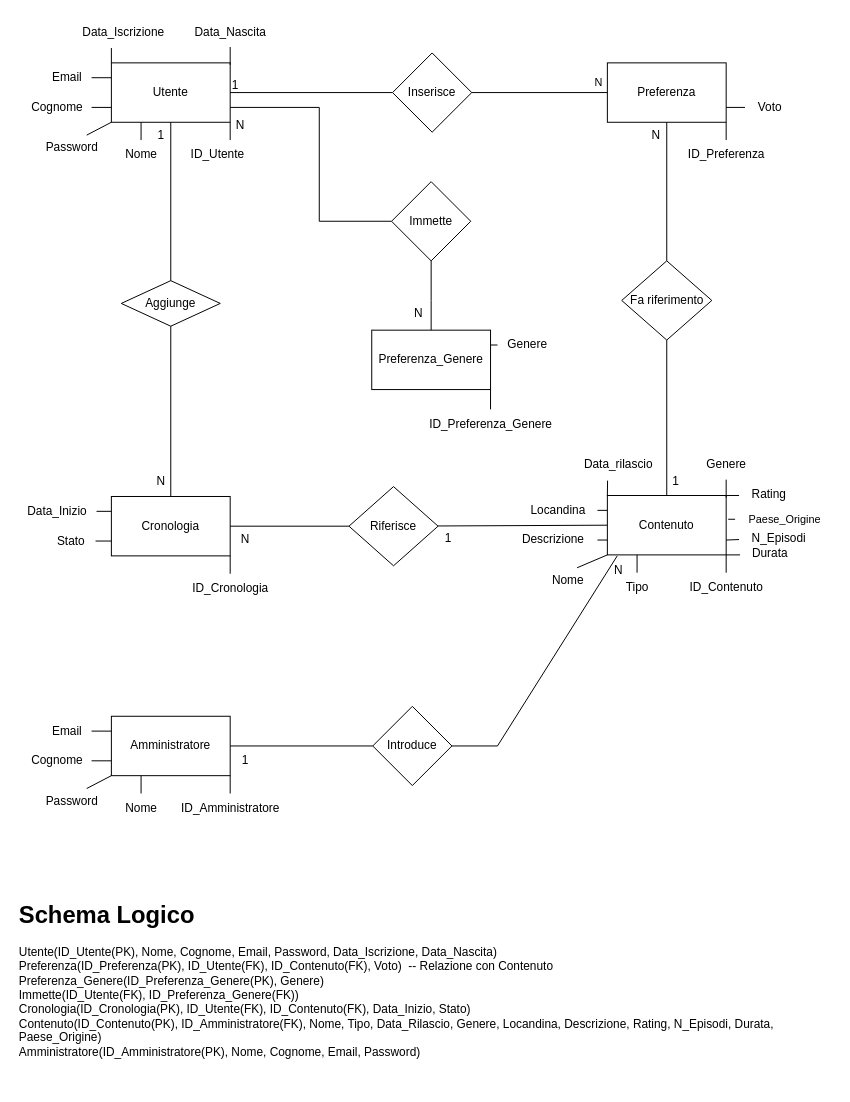
This is Streamify.drawio from berardinellidaniele/Streamify, a draw.io file, before an edit. Source tidied: cells renumbered, new cells numbered last; positions are measured from the earlier drawing's top-left corner, leaving out a move shared by most shapes. Both pictures are drawn from the tidied source at 99%, with x=0, y=0 at pixel (17, 17).
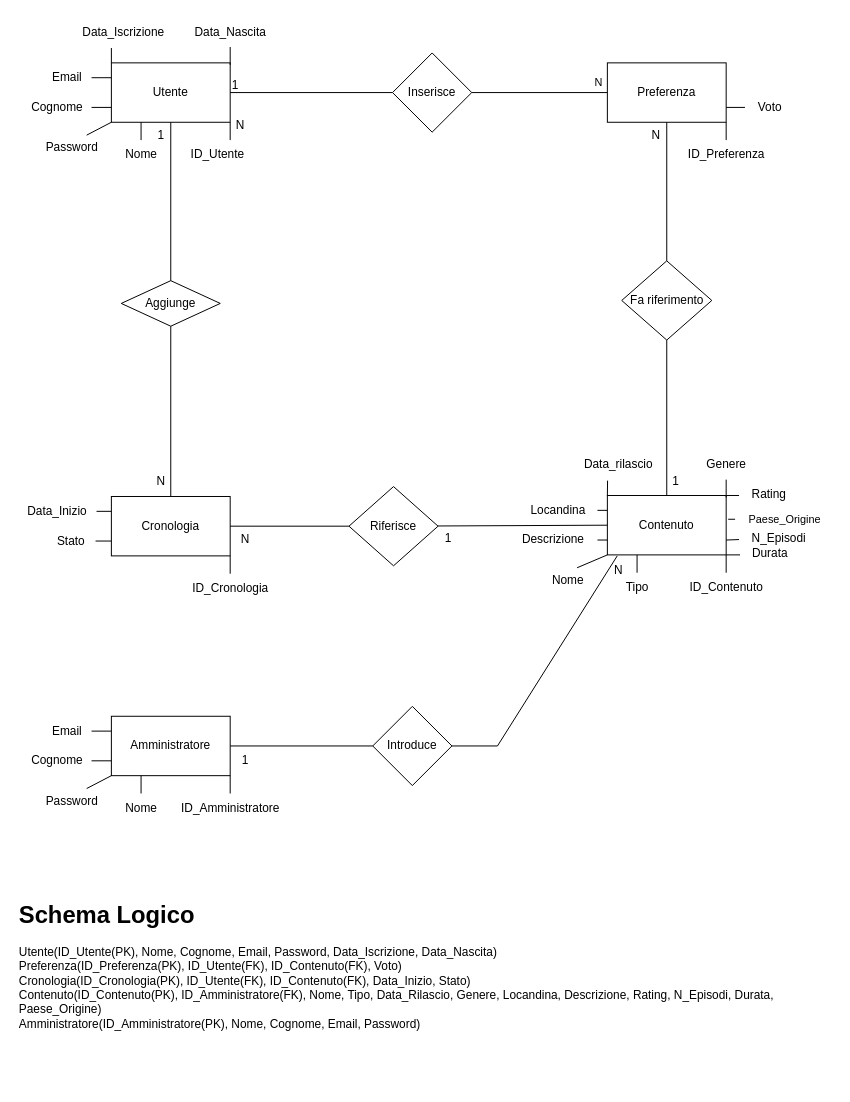
The same page after the edit.

Unchanged cells that the change refers to:
```xml
<mxCell id="2" value="Utente" style="rounded=0;whiteSpace=wrap;html=1;" parent="1" vertex="1">
  <mxGeometry x="95" y="46" width="120" height="60" as="geometry" />
</mxCell>
```

Diff of the diagram source:
```diff
@@
-    <mxCell id="62" value="Preferenza_Genere" style="rounded=0;whiteSpace=wrap;html=1;" parent="1" vertex="1">
-      <mxGeometry x="358" y="316" width="120" height="60" as="geometry" />
-    </mxCell>
-    <mxCell id="63" style="endArrow=none;html=1;rounded=0;exitX=1;exitY=1;exitDx=0;exitDy=0;" parent="1" edge="1" source="62" target="64">
-      <mxGeometry relative="1" as="geometry" />
-    </mxCell>
-    <mxCell id="64" value="ID_Preferenza_Genere" style="text;html=1;align=center;verticalAlign=middle;points=[];strokeColor=none;fillColor=none;" parent="1" vertex="1">
-      <mxGeometry x="408" y="396" width="140" height="30" as="geometry" />
-    </mxCell>
-    <mxCell id="65" style="endArrow=none;html=1;rounded=0;entryX=1;entryY=0.25;entryDx=0;entryDy=0;" parent="1" edge="1" source="66" target="62">
-      <mxGeometry relative="1" as="geometry" />
-    </mxCell>
-    <mxCell id="66" value="Genere" style="text;html=1;align=center;verticalAlign=middle;points=[];strokeColor=none;fillColor=none;" parent="1" vertex="1">
-      <mxGeometry x="485" y="316" width="60" height="30" as="geometry" />
-    </mxCell>
@@
-    <mxCell id="78" style="endArrow=none;html=1;rounded=0;entryX=0;entryY=0.5;entryDx=0;entryDy=0;exitX=1;exitY=0.75;exitDx=0;exitDy=0;" parent="1" edge="1" source="2" target="79">
-      <mxGeometry relative="1" as="geometry">
-        <Array as="points">
-          <mxPoint x="305" y="91" />
-          <mxPoint x="305" y="206" />
-        </Array>
-      </mxGeometry>
-    </mxCell>
-    <mxCell id="79" value="&lt;span lang=&quot;it&quot; class=&quot;BxUVEf ILfuVd&quot;&gt;&lt;span class=&quot;hgKElc&quot;&gt;Immette&lt;br&gt;&lt;/span&gt;&lt;/span&gt;" style="rhombus;whiteSpace=wrap;html=1;" parent="1" vertex="1">
-      <mxGeometry x="378" y="166" width="80" height="80" as="geometry" />
-    </mxCell>
-    <mxCell id="80" style="endArrow=none;html=1;rounded=0;exitX=0.5;exitY=1;exitDx=0;exitDy=0;entryX=0.5;entryY=0;entryDx=0;entryDy=0;" parent="1" edge="1" source="79" target="62">
-      <mxGeometry relative="1" as="geometry">
-        <Array as="points">
-          <mxPoint x="418" y="286" />
-        </Array>
-      </mxGeometry>
-    </mxCell>
@@
-    <mxCell id="96" value="N" style="text;html=1;align=center;verticalAlign=middle;strokeColor=none;fillColor=none;" parent="1" vertex="1">
-      <mxGeometry x="390" y="284" width="30" height="30" as="geometry" />
-    </mxCell>
@@
-    <mxCell id="98" value="&lt;h1 style=&quot;margin-top: 0px;&quot;&gt;Schema Logico&lt;br&gt;&lt;/h1&gt;&lt;p&gt;Utente(ID_Utente(PK), Nome, Cognome, Email, Password, Data_Iscrizione, Data_Nascita)&lt;br&gt;Preferenza(ID_Preferenza(PK), ID_Utente(FK), ID_Contenuto(FK), Voto)&amp;nbsp; -- Relazione con Contenuto&lt;br&gt;Preferenza_Genere(ID_Preferenza_Genere(PK), Genere)&lt;br&gt;Immette(ID_Utente(FK), ID_Preferenza_Genere(FK))&lt;br&gt;Cronologia(ID_Cronologia(PK), ID_Utente(FK), ID_Contenuto(FK), Data_Inizio, Stato)&lt;br&gt;Contenuto(ID_Contenuto(PK), ID_Amministratore(FK), Nome, Tipo, Data_Rilascio, Genere, Locandina, Descrizione, Rating, N_Episodi, Durata, Paese_Origine)&lt;br&gt;Amministratore(ID_Amministratore(PK), Nome, Cognome, Email, Password)&lt;br&gt;&lt;br&gt;&lt;/p&gt;" style="text;html=1;whiteSpace=wrap;overflow=hidden;rounded=0;" parent="1" vertex="1">
+    <mxCell id="98" value="&lt;h1 style=&quot;margin-top: 0px;&quot;&gt;Schema Logico&lt;br&gt;&lt;/h1&gt;&lt;p&gt;Utente(ID_Utente(PK), Nome, Cognome, Email, Password, Data_Iscrizione, Data_Nascita)&lt;br&gt;Preferenza(ID_Preferenza(PK), ID_Utente(FK), ID_Contenuto(FK), Voto)&lt;br&gt;Cronologia(ID_Cronologia(PK), ID_Utente(FK), ID_Contenuto(FK), Data_Inizio, Stato)&lt;br&gt;Contenuto(ID_Contenuto(PK), ID_Amministratore(FK), Nome, Tipo, Data_Rilascio, Genere, Locandina, Descrizione, Rating, N_Episodi, Durata, Paese_Origine)&lt;br&gt;Amministratore(ID_Amministratore(PK), Nome, Cognome, Email, Password)&lt;br&gt;&lt;br&gt;&lt;/p&gt;" style="text;html=1;whiteSpace=wrap;overflow=hidden;rounded=0;" parent="1" vertex="1">
       <mxGeometry y="886" width="804" height="190" as="geometry" />
     </mxCell>
```
